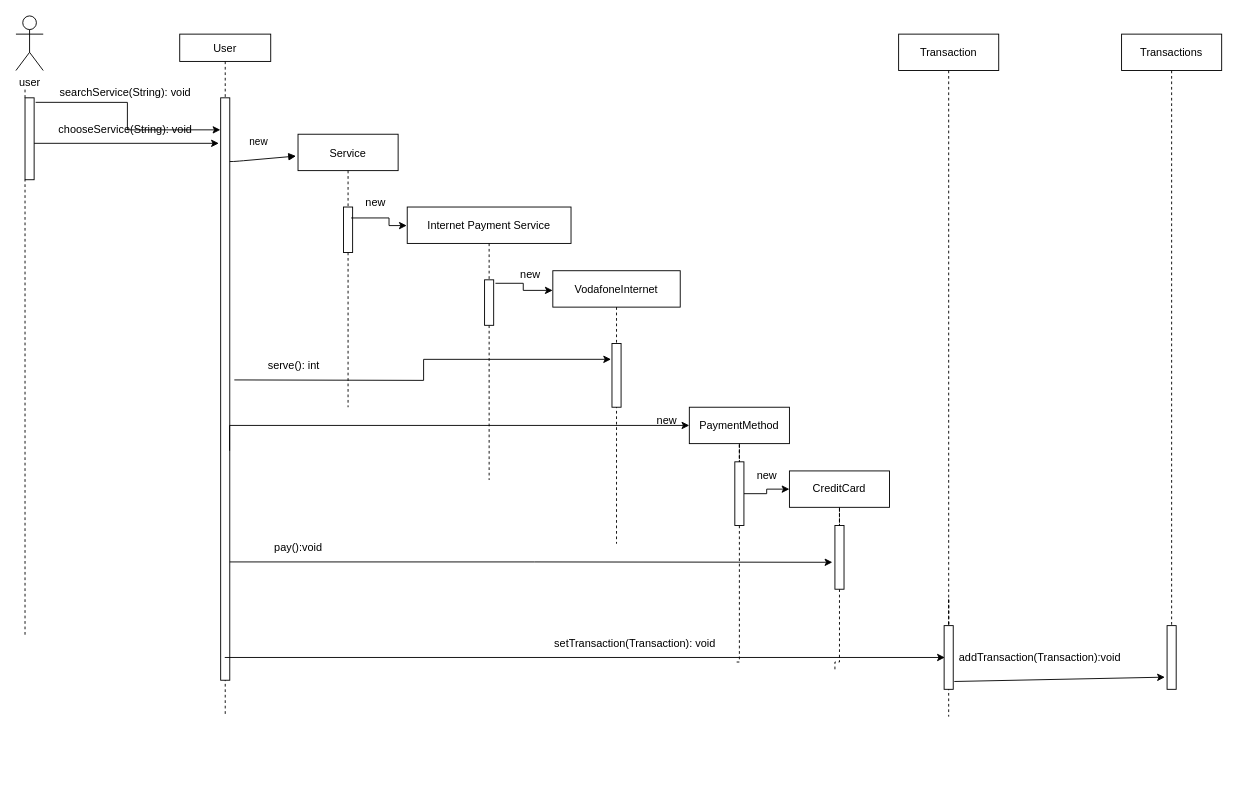
Earlier version of the draw.io diagram serveInternetSequence.drawio (TheGhost025/Fawry-System). Source tidied: cells renumbered, new cells numbered last; positions are measured from the earlier drawing's top-left corner, leaving out a move shared by most shapes. Both pictures are drawn from the tidied source at 91%, with x=0, y=0 at pixel (15, 15).
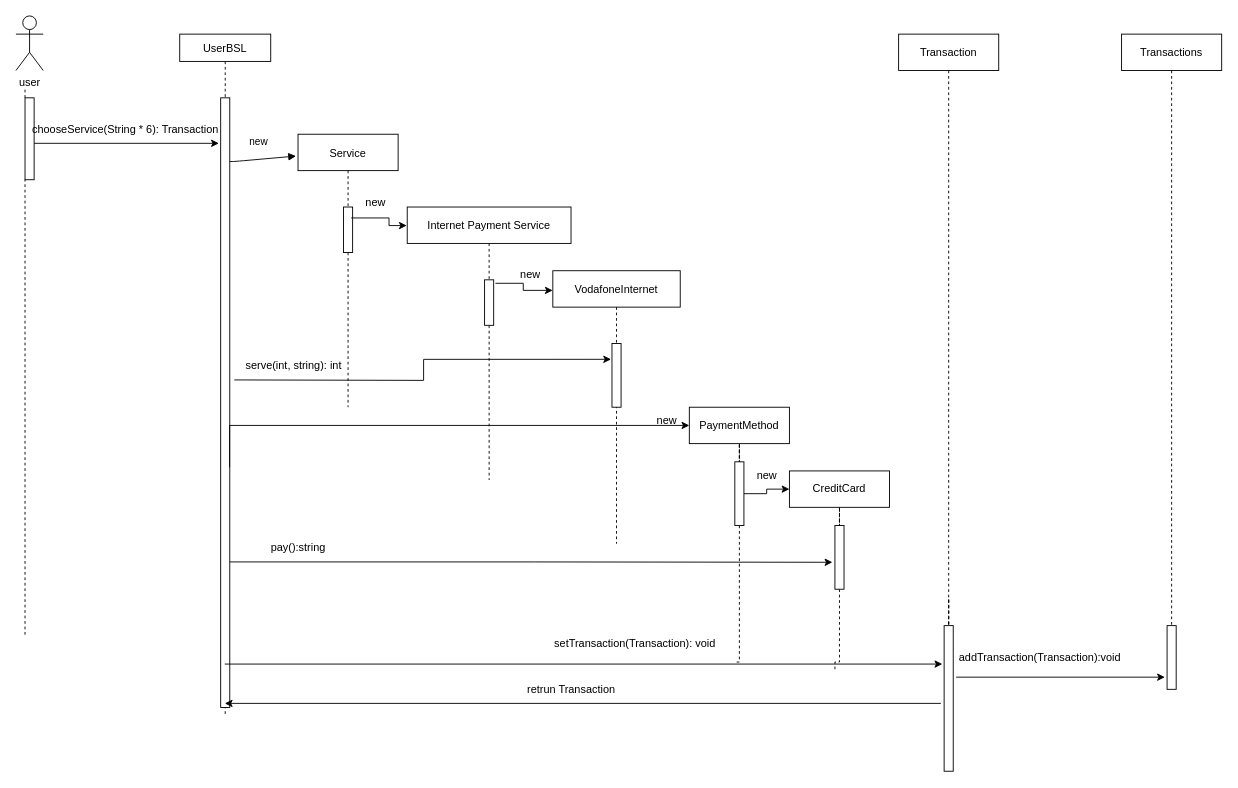
The same diagram, later.

Unchanged cells that the change refers to:
```xml
<mxCell id="21" style="points=[];perimeter=orthogonalPerimeter;rounded=0;shadow=0;strokeWidth=1;" parent="1" vertex="1">
  <mxGeometry x="10" y="90" width="10" height="90" as="geometry" />
</mxCell>
<mxCell id="46" style="points=[];perimeter=orthogonalPerimeter;rounded=0;shadow=0;strokeWidth=1;" parent="1" vertex="1">
  <mxGeometry x="1265" y="670" width="10" height="70" as="geometry" />
</mxCell>
```

Diff of the diagram source:
```diff
@@
-    <mxCell id="2" value="User" style="shape=umlLifeline;perimeter=lifelinePerimeter;rounded=0;shadow=0;strokeWidth=1;size=30;" parent="1" vertex="1">
+    <mxCell id="2" value="UserBSL" style="shape=umlLifeline;perimeter=lifelinePerimeter;rounded=0;shadow=0;strokeWidth=1;size=30;" parent="1" vertex="1">
       <mxGeometry x="180" y="20" width="100" height="750" as="geometry" />
     </mxCell>
     <mxCell id="3" style="points=[];perimeter=orthogonalPerimeter;rounded=0;shadow=0;strokeWidth=1;" parent="2" vertex="1">
-      <mxGeometry x="45" y="70" width="10" height="640" as="geometry" />
+      <mxGeometry x="45" y="70" width="10" height="670" as="geometry" />
     </mxCell>
@@
-    <mxCell id="16" value="searchService(String): void" style="text;html=1;align=center;verticalAlign=middle;strokeColor=none;fillColor=none;" parent="1" vertex="1">
-      <mxGeometry x="40" y="75" width="160" height="20" as="geometry" />
-    </mxCell>
@@
-    <mxCell id="19" style="edgeStyle=orthogonalEdgeStyle;rounded=0;jettySize=auto;html=1;entryX=-0.031;entryY=0.055;entryDx=0;entryDy=0;entryPerimeter=0;exitX=1.166;exitY=0.055;exitDx=0;exitDy=0;exitPerimeter=0;" parent="1" edge="1" source="21" target="3">
-      <mxGeometry relative="1" as="geometry" />
-    </mxCell>
@@
-    <mxCell id="24" value="chooseService(String): void" style="text;html=1;align=center;verticalAlign=middle;strokeColor=none;fillColor=none;" parent="1" vertex="1">
-      <mxGeometry x="40" y="115" width="160" height="20" as="geometry" />
+    <mxCell id="24" value="chooseService(String * 6): Transaction" style="text;html=1;align=center;verticalAlign=middle;strokeColor=none;fillColor=none;" parent="1" vertex="1">
+      <mxGeometry x="5" y="110" width="230" height="30" as="geometry" />
     </mxCell>
-    <mxCell id="25" value="serve(): int" style="text;html=1;align=center;verticalAlign=middle;strokeColor=none;fillColor=none;" parent="1" vertex="1">
-      <mxGeometry x="270" y="375" width="70" height="20" as="geometry" />
+    <mxCell id="25" value="serve(int, string): int" style="text;html=1;align=center;verticalAlign=middle;strokeColor=none;fillColor=none;" parent="1" vertex="1">
+      <mxGeometry x="240" y="370" width="130" height="30" as="geometry" />
     </mxCell>
@@
-    <mxCell id="33" value="pay():void" style="text;html=1;align=center;verticalAlign=middle;strokeColor=none;fillColor=none;" parent="1" vertex="1">
+    <mxCell id="33" value="pay():string" style="text;html=1;align=center;verticalAlign=middle;strokeColor=none;fillColor=none;" parent="1" vertex="1">
       <mxGeometry x="270" y="570" width="80" height="30" as="geometry" />
     </mxCell>
@@
     <mxCell id="39" style="edgeStyle=orthogonalEdgeStyle;rounded=0;jettySize=auto;html=1;endArrow=none;endFill=0;dashed=1;startArrow=none;exitX=0.5;exitY=1;exitDx=0;exitDy=0;" parent="1" edge="1" source="41">
       <mxGeometry relative="1" as="geometry">
-        <mxPoint x="1025" y="770" as="targetPoint" />
+        <mxPoint x="1030" y="822.4" as="targetPoint" />
         <Array as="points">
           <mxPoint x="1025" y="640" />
           <mxPoint x="1025" y="640" />
         </Array>
       </mxGeometry>
     </mxCell>
@@
     <mxCell id="41" style="points=[];perimeter=orthogonalPerimeter;rounded=0;shadow=0;strokeWidth=1;" parent="1" vertex="1">
-      <mxGeometry x="1020" y="670" width="10" height="70" as="geometry" />
+      <mxGeometry x="1020" y="670" width="10" height="160" as="geometry" />
     </mxCell>
@@
-    <mxCell id="43" style="endArrow=classic;html=1;entryX=0.08;entryY=0.5;entryDx=0;entryDy=0;entryPerimeter=0;" parent="1" edge="1" source="2" target="41">
+    <mxCell id="43" style="endArrow=classic;html=1;entryX=-0.2;entryY=0.264;entryDx=0;entryDy=0;entryPerimeter=0;" parent="1" edge="1" source="2" target="41">
       <mxGeometry relative="1" as="geometry" />
     </mxCell>
@@
-    <mxCell id="48" style="endArrow=classic;html=1;entryX=-0.24;entryY=0.809;entryDx=0;entryDy=0;entryPerimeter=0;exitX=1.12;exitY=0.877;exitDx=0;exitDy=0;exitPerimeter=0;" parent="1" edge="1" source="41" target="46">
+    <mxCell id="48" style="endArrow=classic;html=1;entryX=-0.24;entryY=0.809;entryDx=0;entryDy=0;entryPerimeter=0;exitX=1.32;exitY=0.354;exitDx=0;exitDy=0;exitPerimeter=0;" parent="1" edge="1" source="41" target="46">
       <mxGeometry relative="1" as="geometry" />
     </mxCell>
@@
+    <mxCell id="50" style="endArrow=classic;html=1;rounded=0;exitX=-0.36;exitY=0.534;exitDx=0;exitDy=0;exitPerimeter=0;" parent="1" edge="1" source="41" target="2">
+      <mxGeometry relative="1" as="geometry" />
+    </mxCell>
+    <mxCell id="51" value="retrun Transaction" style="text;html=1;align=center;verticalAlign=middle;strokeColor=none;fillColor=none;" parent="1" vertex="1">
+      <mxGeometry x="550" y="725" width="120" height="30" as="geometry" />
+    </mxCell>
```
